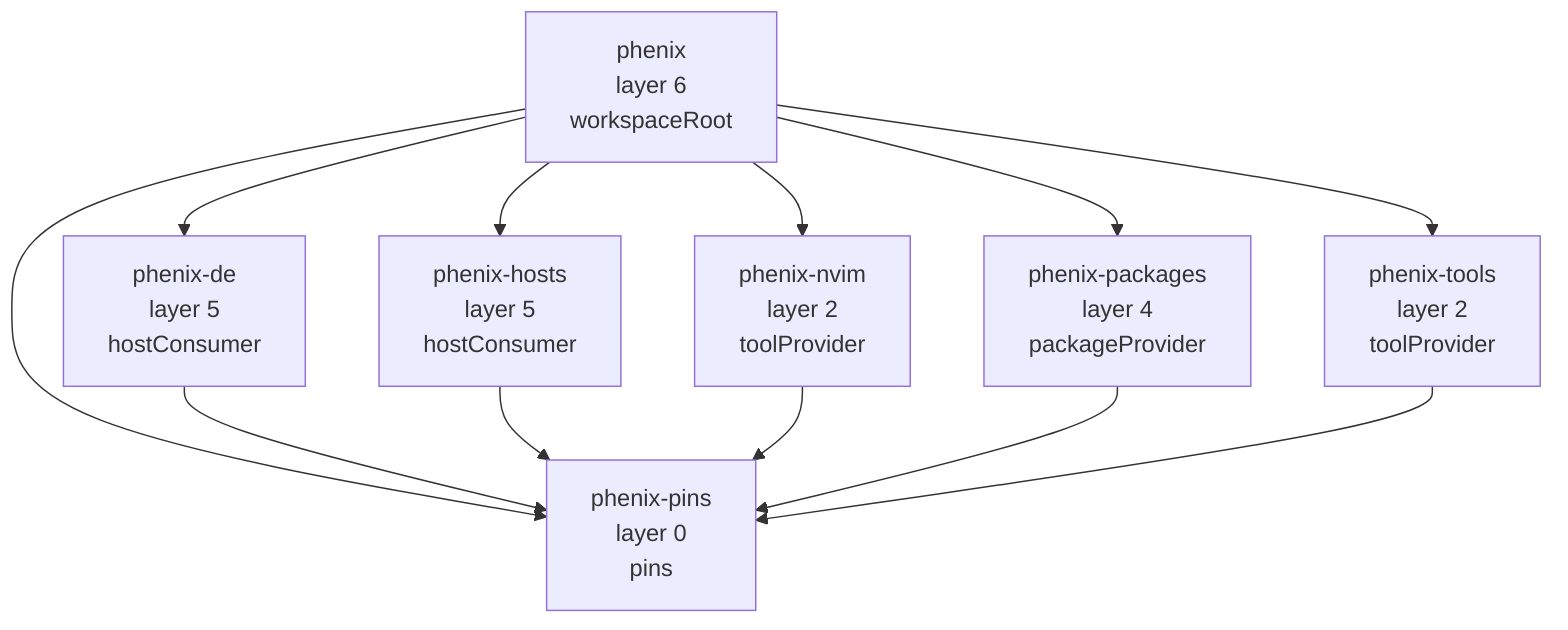
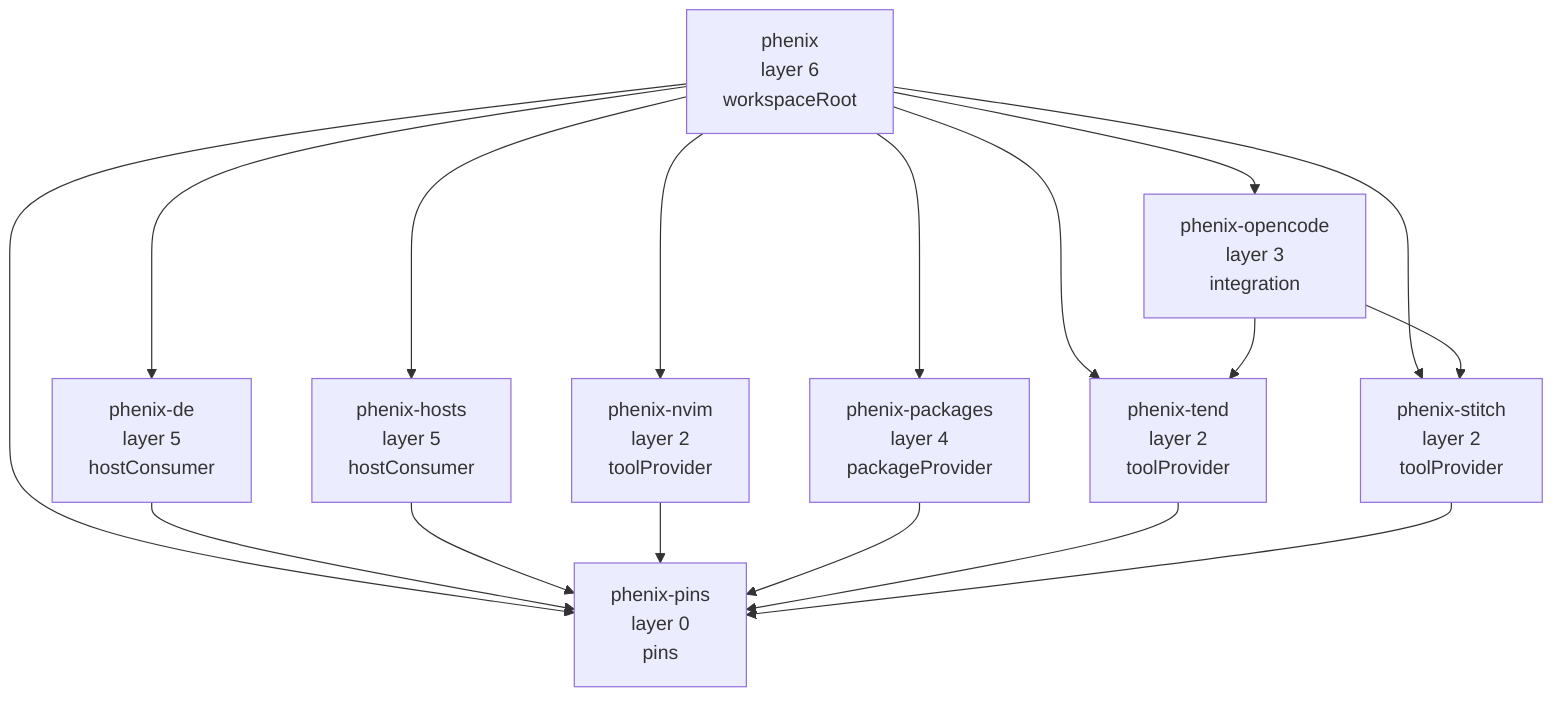
flowchart TD
  phenix[phenix<br/>layer 6<br/>workspaceRoot]
  phenix_de[phenix-de<br/>layer 5<br/>hostConsumer]
  phenix_hosts[phenix-hosts<br/>layer 5<br/>hostConsumer]
  phenix_nvim[phenix-nvim<br/>layer 2<br/>toolProvider]
  phenix_packages[phenix-packages<br/>layer 4<br/>packageProvider]
  phenix_pins[phenix-pins<br/>layer 0<br/>pins]
-   phenix_tools[phenix-tools<br/>layer 2<br/>toolProvider]
+   phenix_tend[phenix-tend<br/>layer 2<br/>toolProvider]
+   phenix_stitch[phenix-stitch<br/>layer 2<br/>toolProvider]
+   phenix_opencode[phenix-opencode<br/>layer 3<br/>integration]
  phenix --> phenix_de
  phenix --> phenix_hosts
  phenix --> phenix_nvim
  phenix --> phenix_packages
  phenix --> phenix_pins
-   phenix --> phenix_tools
+   phenix --> phenix_tend
+   phenix --> phenix_stitch
+   phenix --> phenix_opencode
  phenix_de --> phenix_pins
  phenix_hosts --> phenix_pins
  phenix_nvim --> phenix_pins
  phenix_packages --> phenix_pins
-   phenix_tools --> phenix_pins
- 
+   phenix_tend --> phenix_pins
+   phenix_stitch --> phenix_pins
+   phenix_opencode --> phenix_tend
+   phenix_opencode --> phenix_stitch
